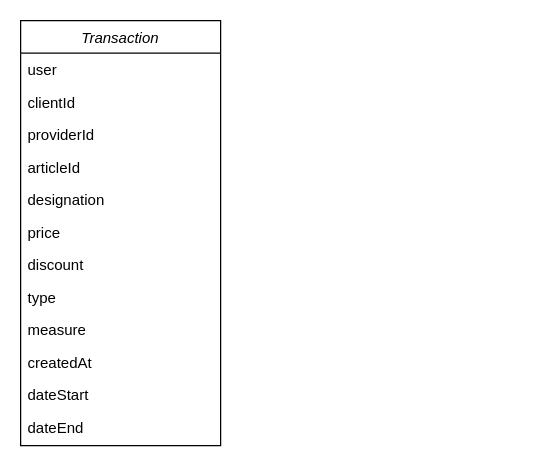
This is Mon coach old.drawio from arso1er/dashboard-draw-maison-rouge, a draw.io file, before an edit. Source tidied: cells renumbered, new cells numbered last; positions are measured from the earlier drawing's top-left corner, leaving out a move shared by most shapes. Both pictures are drawn from the tidied source at 125%, with x=0, y=0 at pixel (20, 20).
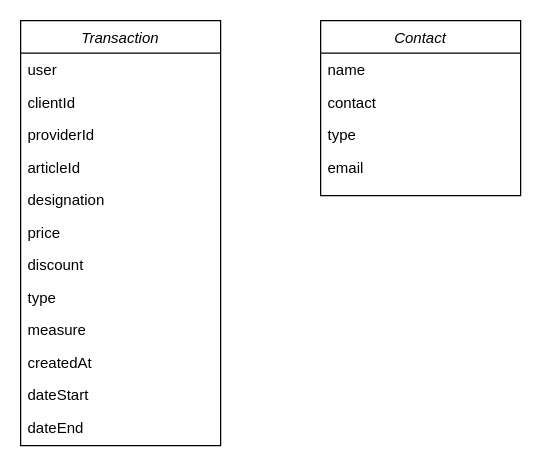
After the change.

Commit message:
Mettre à jour Mon coach old.drawio

The edit, as a diff of the source:
```diff
@@
 <mxGraphModel>
   <root>
     <mxCell id="0" />
     <mxCell id="1" parent="0" />
     <mxCell id="2" value="Transaction" style="swimlane;fontStyle=2;align=center;verticalAlign=top;horizontal=1;startSize=26;rounded=0;shadow=0;strokeWidth=1;" parent="1" vertex="1">
       <mxGeometry width="160" height="340" as="geometry" />
     </mxCell>
     <mxCell id="3" value="user" style="text;align=left;verticalAlign=top;spacingLeft=4;spacingRight=4;overflow=hidden;" parent="2" vertex="1">
       <mxGeometry y="26" width="160" height="26" as="geometry" />
     </mxCell>
     <mxCell id="4" value="clientId" style="text;align=left;verticalAlign=top;spacingLeft=4;spacingRight=4;overflow=hidden;rounded=0;shadow=0;html=0;" parent="2" vertex="1">
       <mxGeometry y="52" width="160" height="26" as="geometry" />
     </mxCell>
     <mxCell id="5" value="providerId" style="text;align=left;verticalAlign=top;spacingLeft=4;spacingRight=4;overflow=hidden;rounded=0;shadow=0;html=0;" parent="2" vertex="1">
       <mxGeometry y="78" width="160" height="26" as="geometry" />
     </mxCell>
     <mxCell id="6" value="articleId" style="text;align=left;verticalAlign=top;spacingLeft=4;spacingRight=4;overflow=hidden;rounded=0;shadow=0;html=0;" parent="2" vertex="1">
       <mxGeometry y="104" width="160" height="26" as="geometry" />
     </mxCell>
     <mxCell id="7" value="designation" style="text;align=left;verticalAlign=top;spacingLeft=4;spacingRight=4;overflow=hidden;rounded=0;shadow=0;html=0;" parent="2" vertex="1">
       <mxGeometry y="130" width="160" height="26" as="geometry" />
     </mxCell>
     <mxCell id="8" value="price" style="text;align=left;verticalAlign=top;spacingLeft=4;spacingRight=4;overflow=hidden;rounded=0;shadow=0;html=0;" parent="2" vertex="1">
       <mxGeometry y="156" width="160" height="26" as="geometry" />
     </mxCell>
     <mxCell id="9" value="discount" style="text;align=left;verticalAlign=top;spacingLeft=4;spacingRight=4;overflow=hidden;rounded=0;shadow=0;html=0;" parent="2" vertex="1">
       <mxGeometry y="182" width="160" height="26" as="geometry" />
     </mxCell>
     <mxCell id="10" value="type" style="text;align=left;verticalAlign=top;spacingLeft=4;spacingRight=4;overflow=hidden;rounded=0;shadow=0;html=0;" parent="2" vertex="1">
       <mxGeometry y="208" width="160" height="26" as="geometry" />
     </mxCell>
     <mxCell id="11" value="measure" style="text;align=left;verticalAlign=top;spacingLeft=4;spacingRight=4;overflow=hidden;rounded=0;shadow=0;html=0;" parent="2" vertex="1">
       <mxGeometry y="234" width="160" height="26" as="geometry" />
     </mxCell>
     <mxCell id="12" value="createdAt" style="text;align=left;verticalAlign=top;spacingLeft=4;spacingRight=4;overflow=hidden;rounded=0;shadow=0;html=0;" parent="2" vertex="1">
       <mxGeometry y="260" width="160" height="26" as="geometry" />
     </mxCell>
     <mxCell id="13" value="dateStart" style="text;align=left;verticalAlign=top;spacingLeft=4;spacingRight=4;overflow=hidden;rounded=0;shadow=0;html=0;" parent="2" vertex="1">
       <mxGeometry y="286" width="160" height="26" as="geometry" />
     </mxCell>
     <mxCell id="14" value="dateEnd" style="text;align=left;verticalAlign=top;spacingLeft=4;spacingRight=4;overflow=hidden;rounded=0;shadow=0;html=0;" parent="2" vertex="1">
       <mxGeometry y="312" width="160" height="26" as="geometry" />
     </mxCell>
+    <mxCell id="15" value="Contact" style="swimlane;fontStyle=2;align=center;verticalAlign=top;horizontal=1;startSize=26;rounded=0;shadow=0;strokeWidth=1;" parent="1" vertex="1">
+      <mxGeometry x="240" width="160" height="140" as="geometry" />
+    </mxCell>
+    <mxCell id="16" value="name" style="text;align=left;verticalAlign=top;spacingLeft=4;spacingRight=4;overflow=hidden;" parent="15" vertex="1">
+      <mxGeometry y="26" width="160" height="26" as="geometry" />
+    </mxCell>
+    <mxCell id="17" value="contact" style="text;align=left;verticalAlign=top;spacingLeft=4;spacingRight=4;overflow=hidden;rounded=0;shadow=0;html=0;" parent="15" vertex="1">
+      <mxGeometry y="52" width="160" height="26" as="geometry" />
+    </mxCell>
+    <mxCell id="18" value="type" style="text;align=left;verticalAlign=top;spacingLeft=4;spacingRight=4;overflow=hidden;rounded=0;shadow=0;html=0;" parent="15" vertex="1">
+      <mxGeometry y="78" width="160" height="26" as="geometry" />
+    </mxCell>
+    <mxCell id="19" value="email" style="text;align=left;verticalAlign=top;spacingLeft=4;spacingRight=4;overflow=hidden;rounded=0;shadow=0;html=0;" parent="15" vertex="1">
+      <mxGeometry y="104" width="160" height="26" as="geometry" />
+    </mxCell>
   </root>
 </mxGraphModel>
```
